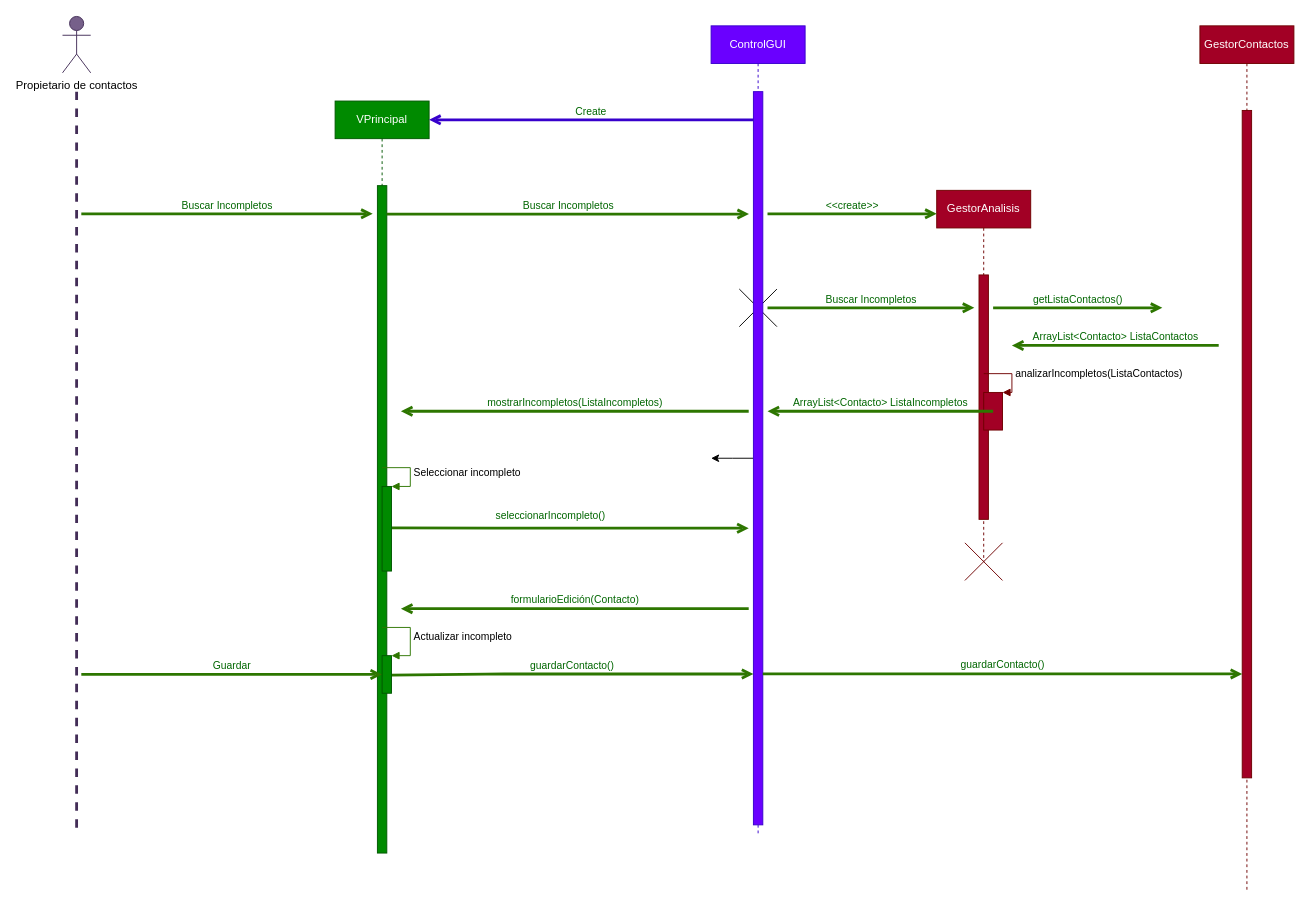
Earlier version of the draw.io diagram diagramas/diagramas de secuencia/secuenciaC2_BuscarIncompletos.drawio (JuanCarlosGarciaZepeda/SmartScheduler). Source tidied: cells renumbered, new cells numbered last; positions are measured from the earlier drawing's top-left corner, leaving out a move shared by most shapes. Both pictures are drawn from the tidied source at 94%, with x=0, y=0 at pixel (62, 16).
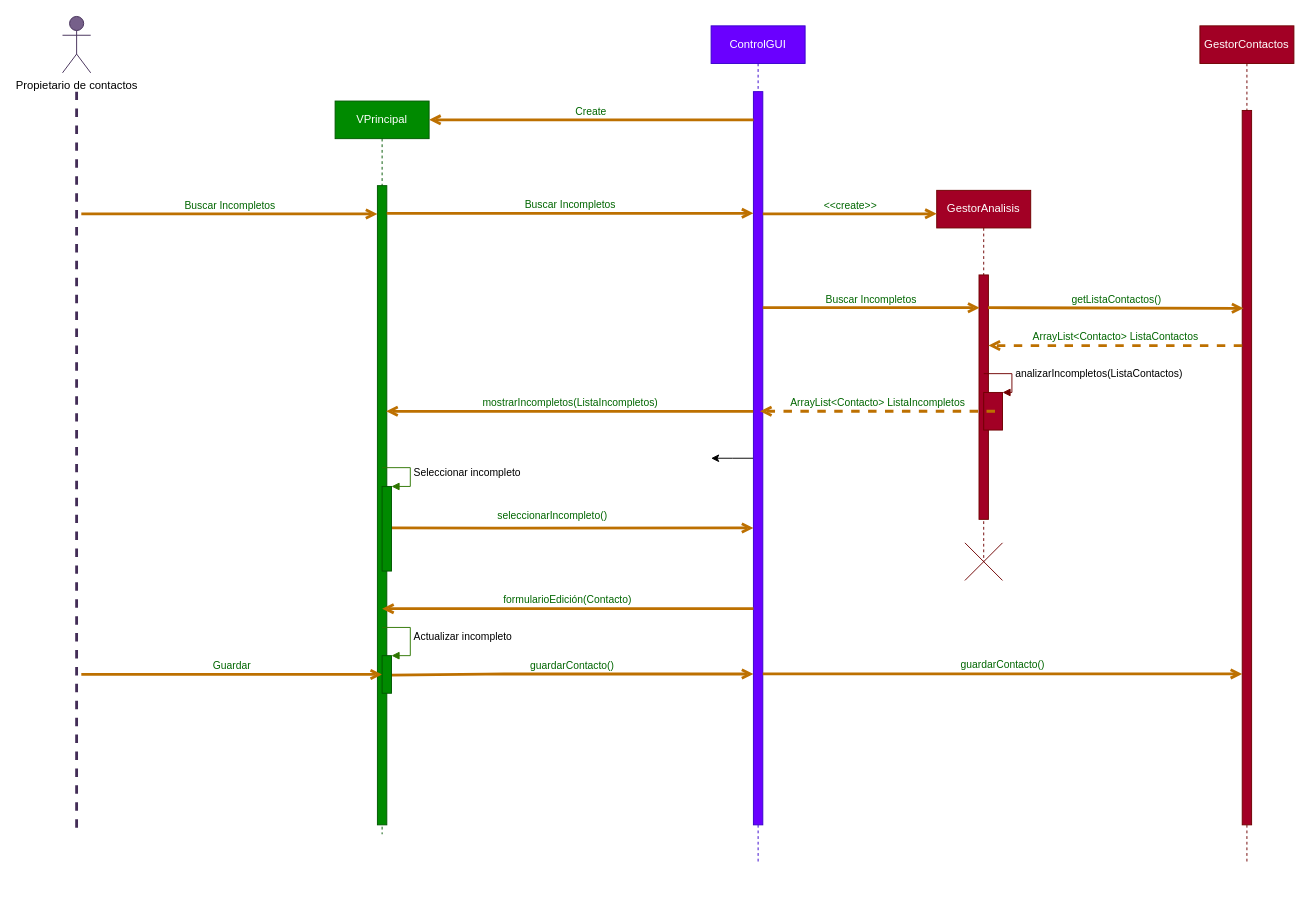
Above is the later version.

Unchanged cells that the change refers to:
```xml
<mxCell id="10" style="html=1;points=[];perimeter=orthogonalPerimeter;fillColor=#6a00ff;strokeColor=#3700CC;fontColor=#ffffff;" parent="7" vertex="1">
  <mxGeometry x="45" y="70" width="10" height="780" as="geometry" />
</mxCell>
<mxCell id="17" style="html=1;points=[];perimeter=orthogonalPerimeter;fillColor=#a20025;strokeColor=#6F0000;fontColor=#ffffff;" parent="16" vertex="1">
  <mxGeometry x="45" y="90" width="10" height="260" as="geometry" />
</mxCell>
<mxCell id="32" style="html=1;points=[];perimeter=orthogonalPerimeter;fillColor=#008a00;strokeColor=#005700;shadow=0;fontColor=#ffffff;labelBackgroundColor=#ffffff;" parent="1" vertex="1">
  <mxGeometry x="340" y="680" width="10" height="40" as="geometry" />
</mxCell>
```

Diff of the diagram source:
```diff
@@
     <mxCell id="5" value="VPrincipal" style="shape=umlLifeline;perimeter=lifelinePerimeter;whiteSpace=wrap;html=1;fillColor=#008a00;strokeColor=#005700;fontColor=#ffffff;" parent="1" vertex="1">
-      <mxGeometry x="290" y="90" width="100" height="800" as="geometry" />
+      <mxGeometry x="290" y="90" width="100" height="780" as="geometry" />
     </mxCell>
     <mxCell id="6" style="html=1;points=[];perimeter=orthogonalPerimeter;fillColor=#008a00;strokeColor=#005700;fontColor=#ffffff;" parent="5" vertex="1">
-      <mxGeometry x="45" y="90" width="10" height="710" as="geometry" />
+      <mxGeometry x="45" y="90" width="10" height="680" as="geometry" />
     </mxCell>
     <mxCell id="7" value="ControlGUI" style="shape=umlLifeline;perimeter=lifelinePerimeter;whiteSpace=wrap;html=1;strokeColor=#3700CC;fillColor=#6a00ff;fontColor=#ffffff;" parent="1" vertex="1">
-      <mxGeometry x="690" y="10" width="100" height="860" as="geometry" />
+      <mxGeometry x="690" y="10" width="100" height="890" as="geometry" />
     </mxCell>
-    <mxCell id="8" style="shape=umlDestroy;dashed=0;" parent="7" vertex="1">
-      <mxGeometry x="30" y="280" width="40" height="40" as="geometry" />
-    </mxCell>
@@
     <mxCell id="11" value="GestorContactos" style="shape=umlLifeline;perimeter=lifelinePerimeter;whiteSpace=wrap;html=1;fillColor=#a20025;strokeColor=#6F0000;fontColor=#ffffff;" parent="1" vertex="1">
-      <mxGeometry x="1210" y="10" width="100" height="920" as="geometry" />
+      <mxGeometry x="1210" y="10" width="100" height="890" as="geometry" />
     </mxCell>
     <mxCell id="12" style="html=1;points=[];perimeter=orthogonalPerimeter;fillColor=#a20025;strokeColor=#6F0000;fontColor=#ffffff;" parent="11" vertex="1">
-      <mxGeometry x="45" y="90" width="10" height="710" as="geometry" />
+      <mxGeometry x="45" y="90" width="10" height="760" as="geometry" />
     </mxCell>
-    <mxCell id="13" value="Buscar Incompletos" style="html=1;verticalAlign=bottom;labelBackgroundColor=none;endArrow=open;endFill=0;fontColor=#006600;strokeWidth=3;fillColor=#60a917;strokeColor=#2D7600;" parent="1" edge="1">
+    <mxCell id="13" value="Buscar Incompletos" style="html=1;verticalAlign=bottom;labelBackgroundColor=none;endArrow=open;endFill=0;fontColor=#006600;strokeWidth=3;fillColor=#f0a30a;strokeColor=#BD7000;" parent="1" edge="1" target="6">
       <mxGeometry relative="1" as="geometry">
         <mxPoint x="20" y="210.1" as="sourcePoint" />
-        <mxPoint x="330" y="210" as="targetPoint" />
       </mxGeometry>
     </mxCell>
-    <mxCell id="14" value="Buscar Incompletos" style="html=1;verticalAlign=bottom;labelBackgroundColor=none;endArrow=open;endFill=0;fontColor=#006600;strokeWidth=3;fillColor=#60a917;strokeColor=#2D7600;entryX=-0.471;entryY=0.167;entryDx=0;entryDy=0;entryPerimeter=0;" parent="1" edge="1" source="6" target="10">
+    <mxCell id="14" value="Buscar Incompletos" style="html=1;verticalAlign=bottom;labelBackgroundColor=none;endArrow=open;endFill=0;fontColor=#006600;strokeWidth=3;fillColor=#f0a30a;strokeColor=#BD7000;entryX=0;entryY=0.166;entryDx=0;entryDy=0;entryPerimeter=0;" parent="1" edge="1" source="6" target="10">
       <mxGeometry relative="1" as="geometry" />
     </mxCell>
-    <mxCell id="15" value="Create" style="html=1;verticalAlign=bottom;labelBackgroundColor=none;endArrow=open;endFill=0;fontColor=#006600;strokeWidth=3;fillColor=#6a00ff;strokeColor=#3700CC;" parent="1" edge="1" source="10">
+    <mxCell id="15" value="Create" style="html=1;verticalAlign=bottom;labelBackgroundColor=none;endArrow=open;endFill=0;fontColor=#006600;strokeWidth=3;fillColor=#f0a30a;strokeColor=#BD7000;" parent="1" edge="1" source="10">
       <mxGeometry relative="1" as="geometry">
         <mxPoint x="390" y="110" as="targetPoint" />
       </mxGeometry>
     </mxCell>
@@
-    <mxCell id="18" value="&amp;lt;&amp;lt;create&amp;gt;&amp;gt;" style="html=1;verticalAlign=bottom;labelBackgroundColor=none;endArrow=open;endFill=0;fontColor=#006600;strokeWidth=3;fillColor=#60a917;strokeColor=#2D7600;" parent="1" edge="1">
+    <mxCell id="18" value="&amp;lt;&amp;lt;create&amp;gt;&amp;gt;" style="html=1;verticalAlign=bottom;labelBackgroundColor=none;endArrow=open;endFill=0;fontColor=#006600;strokeWidth=3;fillColor=#f0a30a;strokeColor=#BD7000;" parent="1" edge="1" source="10">
       <mxGeometry relative="1" as="geometry">
-        <mxPoint x="750" y="210" as="sourcePoint" />
         <mxPoint x="930" y="210" as="targetPoint" />
       </mxGeometry>
     </mxCell>
-    <mxCell id="19" value="getListaContactos()" style="html=1;verticalAlign=bottom;labelBackgroundColor=none;endArrow=open;endFill=0;fontColor=#006600;strokeWidth=3;fillColor=#60a917;strokeColor=#2D7600;" parent="1" edge="1">
-      <mxGeometry relative="1" as="geometry">
-        <mxPoint x="990" y="310" as="sourcePoint" />
-        <mxPoint x="1170" y="310" as="targetPoint" />
-      </mxGeometry>
+    <mxCell id="19" value="getListaContactos()" style="html=1;verticalAlign=bottom;labelBackgroundColor=none;endArrow=open;endFill=0;fontColor=#006600;strokeWidth=3;fillColor=#f0a30a;strokeColor=#BD7000;exitX=0.973;exitY=0.134;exitDx=0;exitDy=0;exitPerimeter=0;entryX=0.137;entryY=0.277;entryDx=0;entryDy=0;entryPerimeter=0;" parent="1" edge="1" source="17" target="12">
+      <mxGeometry relative="1" as="geometry" />
     </mxCell>
-    <mxCell id="20" value="ArrayList&amp;lt;Contacto&amp;gt; ListaContactos" style="html=1;verticalAlign=bottom;labelBackgroundColor=none;endArrow=open;endFill=0;fontColor=#006600;strokeWidth=3;fillColor=#60a917;strokeColor=#2D7600;" parent="1" edge="1">
-      <mxGeometry relative="1" as="geometry">
-        <mxPoint x="1230" y="350" as="sourcePoint" />
-        <mxPoint x="1010" y="350" as="targetPoint" />
-      </mxGeometry>
+    <mxCell id="20" value="ArrayList&amp;lt;Contacto&amp;gt; ListaContactos" style="html=1;verticalAlign=bottom;labelBackgroundColor=none;endArrow=open;endFill=0;fontColor=#006600;strokeWidth=3;fillColor=#f0a30a;strokeColor=#BD7000;entryX=1.008;entryY=0.289;entryDx=0;entryDy=0;entryPerimeter=0;dashed=1;" parent="1" edge="1" source="12" target="17">
+      <mxGeometry relative="1" as="geometry" />
     </mxCell>
-    <mxCell id="21" value="Buscar Incompletos" style="html=1;verticalAlign=bottom;labelBackgroundColor=none;endArrow=open;endFill=0;fontColor=#006600;strokeWidth=3;fillColor=#60a917;strokeColor=#2D7600;" parent="1" edge="1">
-      <mxGeometry relative="1" as="geometry">
-        <mxPoint x="750" y="310" as="sourcePoint" />
-        <mxPoint x="970" y="310" as="targetPoint" />
-      </mxGeometry>
+    <mxCell id="21" value="Buscar Incompletos" style="html=1;verticalAlign=bottom;labelBackgroundColor=none;endArrow=open;endFill=0;fontColor=#006600;strokeWidth=3;fillColor=#f0a30a;strokeColor=#BD7000;entryX=0.058;entryY=0.134;entryDx=0;entryDy=0;entryPerimeter=0;" parent="1" edge="1" source="10" target="17">
+      <mxGeometry relative="1" as="geometry" />
     </mxCell>
@@
-    <mxCell id="24" value="ArrayList&amp;lt;Contacto&amp;gt; ListaIncompletos" style="html=1;verticalAlign=bottom;labelBackgroundColor=none;endArrow=open;endFill=0;fontColor=#006600;strokeWidth=3;fillColor=#60a917;strokeColor=#2D7600;" parent="1" edge="1">
+    <mxCell id="24" value="ArrayList&amp;lt;Contacto&amp;gt; ListaIncompletos" style="html=1;verticalAlign=bottom;labelBackgroundColor=none;endArrow=open;endFill=0;fontColor=#006600;strokeWidth=3;fillColor=#f0a30a;strokeColor=#BD7000;dashed=1;" parent="1" edge="1">
       <mxGeometry relative="1" as="geometry">
-        <mxPoint x="990" y="420" as="sourcePoint" />
-        <mxPoint x="750" y="420" as="targetPoint" />
+        <mxPoint x="992" y="420" as="sourcePoint" />
+        <mxPoint x="742" y="420" as="targetPoint" />
       </mxGeometry>
     </mxCell>
-    <mxCell id="25" value="mostrarIncompletos(ListaIncompletos)" style="html=1;verticalAlign=bottom;labelBackgroundColor=none;endArrow=open;endFill=0;fontColor=#006600;strokeWidth=3;fillColor=#60a917;strokeColor=#2D7600;" parent="1" edge="1">
-      <mxGeometry relative="1" as="geometry">
-        <mxPoint x="730" y="420" as="sourcePoint" />
-        <mxPoint x="360" y="420" as="targetPoint" />
-      </mxGeometry>
+    <mxCell id="25" value="mostrarIncompletos(ListaIncompletos)" style="html=1;verticalAlign=bottom;labelBackgroundColor=none;endArrow=open;endFill=0;fontColor=#006600;strokeWidth=3;fillColor=#f0a30a;strokeColor=#BD7000;entryX=0.933;entryY=0.353;entryDx=0;entryDy=0;entryPerimeter=0;exitX=-0.033;exitY=0.436;exitDx=0;exitDy=0;exitPerimeter=0;" parent="1" edge="1" source="10" target="6">
+      <mxGeometry relative="1" as="geometry" />
     </mxCell>
-    <mxCell id="26" value="seleccionarIncompleto()" style="html=1;verticalAlign=bottom;labelBackgroundColor=none;endArrow=open;endFill=0;fontColor=#006600;strokeWidth=3;fillColor=#60a917;strokeColor=#2D7600;" parent="1" edge="1">
+    <mxCell id="26" value="seleccionarIncompleto()" style="html=1;verticalAlign=bottom;labelBackgroundColor=none;endArrow=open;endFill=0;fontColor=#006600;strokeWidth=3;fillColor=#f0a30a;strokeColor=#BD7000;entryX=0;entryY=0.595;entryDx=0;entryDy=0;entryPerimeter=0;" parent="1" edge="1" target="10">
       <mxGeometry x="-0.11" y="4" relative="1" as="geometry">
         <mxPoint x="350" y="544" as="sourcePoint" />
-        <mxPoint x="730" y="544.4" as="targetPoint" />
         <Array as="points">
           <mxPoint x="470" y="544.4" />
         </Array>
       </mxGeometry>
     </mxCell>
@@
-    <mxCell id="29" value="formularioEdición(Contacto)" style="html=1;verticalAlign=bottom;labelBackgroundColor=none;endArrow=open;endFill=0;fontColor=#006600;strokeWidth=3;fillColor=#60a917;strokeColor=#2D7600;" parent="1" edge="1">
+    <mxCell id="29" value="formularioEdición(Contacto)" style="html=1;verticalAlign=bottom;labelBackgroundColor=none;endArrow=open;endFill=0;fontColor=#006600;strokeWidth=3;fillColor=#f0a30a;strokeColor=#BD7000;" parent="1" edge="1" source="10">
       <mxGeometry relative="1" as="geometry">
-        <mxPoint x="730" y="630" as="sourcePoint" />
-        <mxPoint x="360" y="630" as="targetPoint" />
+        <mxPoint x="340" y="630" as="targetPoint" />
         <Array as="points">
           <mxPoint x="530" y="630" />
         </Array>
       </mxGeometry>
     </mxCell>
-    <mxCell id="30" value="guardarContacto()" style="html=1;verticalAlign=bottom;labelBackgroundColor=none;endArrow=open;endFill=0;fontColor=#006600;strokeWidth=3;fillColor=#60a917;strokeColor=#2D7600;exitX=0.889;exitY=0.518;exitDx=0;exitDy=0;exitPerimeter=0;" parent="1" edge="1" source="32" target="10">
+    <mxCell id="30" value="guardarContacto()" style="html=1;verticalAlign=bottom;labelBackgroundColor=none;endArrow=open;endFill=0;fontColor=#006600;strokeWidth=3;fillColor=#f0a30a;strokeColor=#BD7000;exitX=0.889;exitY=0.518;exitDx=0;exitDy=0;exitPerimeter=0;" parent="1" edge="1" source="32" target="10">
       <mxGeometry relative="1" as="geometry">
         <Array as="points">
           <mxPoint x="460" y="699.5" />
         </Array>
       </mxGeometry>
     </mxCell>
-    <mxCell id="31" value="Guardar" style="html=1;verticalAlign=bottom;labelBackgroundColor=none;endArrow=open;endFill=0;fontColor=#006600;strokeWidth=3;fillColor=#60a917;strokeColor=#2D7600;" parent="1" edge="1" target="32">
+    <mxCell id="31" value="Guardar" style="html=1;verticalAlign=bottom;labelBackgroundColor=none;endArrow=open;endFill=0;fontColor=#006600;strokeWidth=3;fillColor=#f0a30a;strokeColor=#BD7000;" parent="1" edge="1" target="32">
       <mxGeometry relative="1" as="geometry">
         <mxPoint x="20" y="700" as="sourcePoint" />
       </mxGeometry>
     </mxCell>
@@
-    <mxCell id="34" value="guardarContacto()" style="html=1;verticalAlign=bottom;labelBackgroundColor=none;endArrow=open;endFill=0;fontColor=#006600;strokeWidth=3;fillColor=#60a917;strokeColor=#2D7600;" parent="1" edge="1" source="10" target="12">
+    <mxCell id="34" value="guardarContacto()" style="html=1;verticalAlign=bottom;labelBackgroundColor=none;endArrow=open;endFill=0;fontColor=#006600;strokeWidth=3;fillColor=#f0a30a;strokeColor=#BD7000;" parent="1" edge="1" source="10" target="12">
       <mxGeometry relative="1" as="geometry">
         <Array as="points">
           <mxPoint x="861.1" y="699.4" />
         </Array>
       </mxGeometry>
     </mxCell>
```
